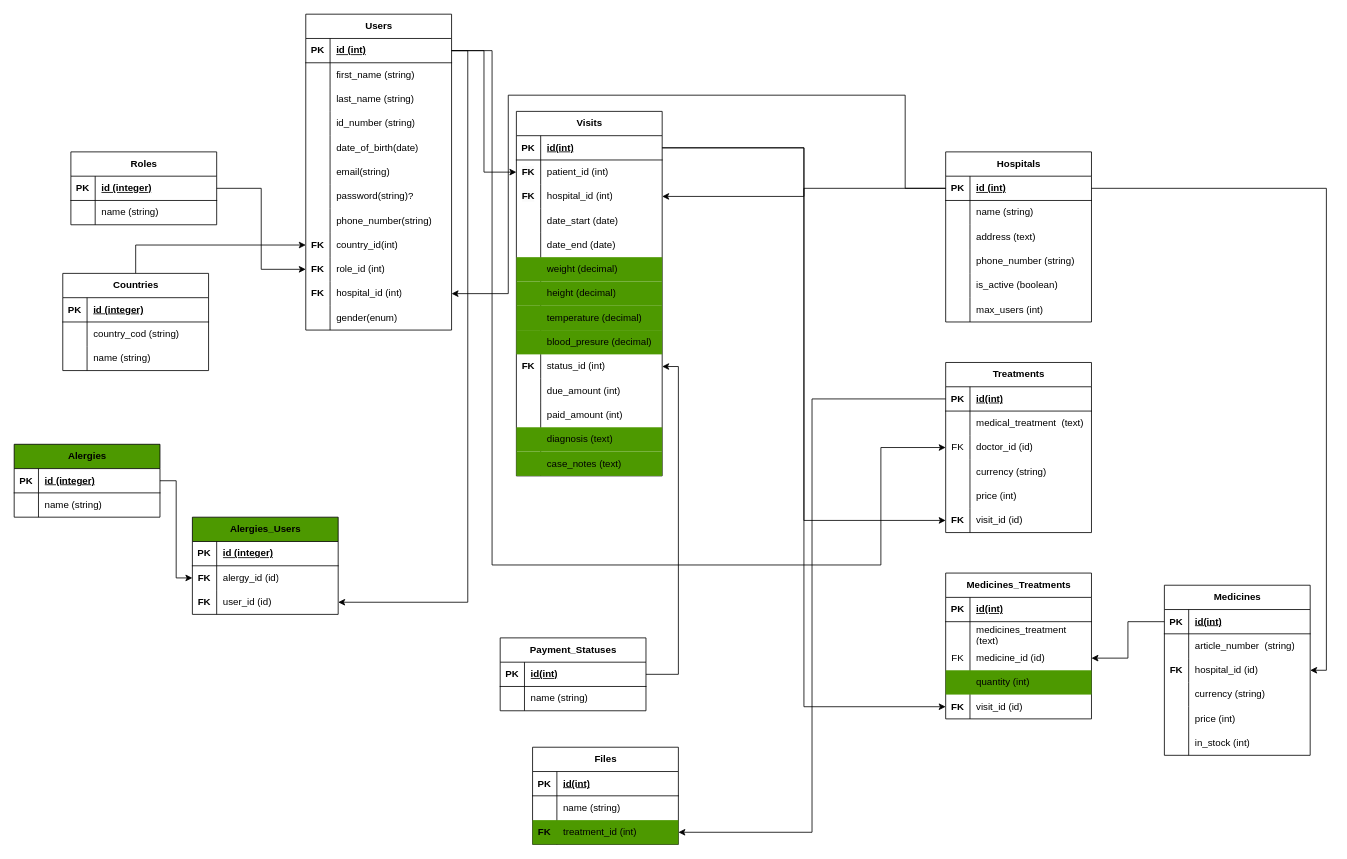
fao30/hospital-management-be keeps this draw.io diagram as Untitled Diagram.drawio. Above is the earlier version. Source tidied: cells renumbered, new cells numbered last; positions are measured from the earlier drawing's top-left corner, leaving out a move shared by most shapes. Both pictures are drawn from the tidied source at 81%, with x=0, y=0 at pixel (14, 14).
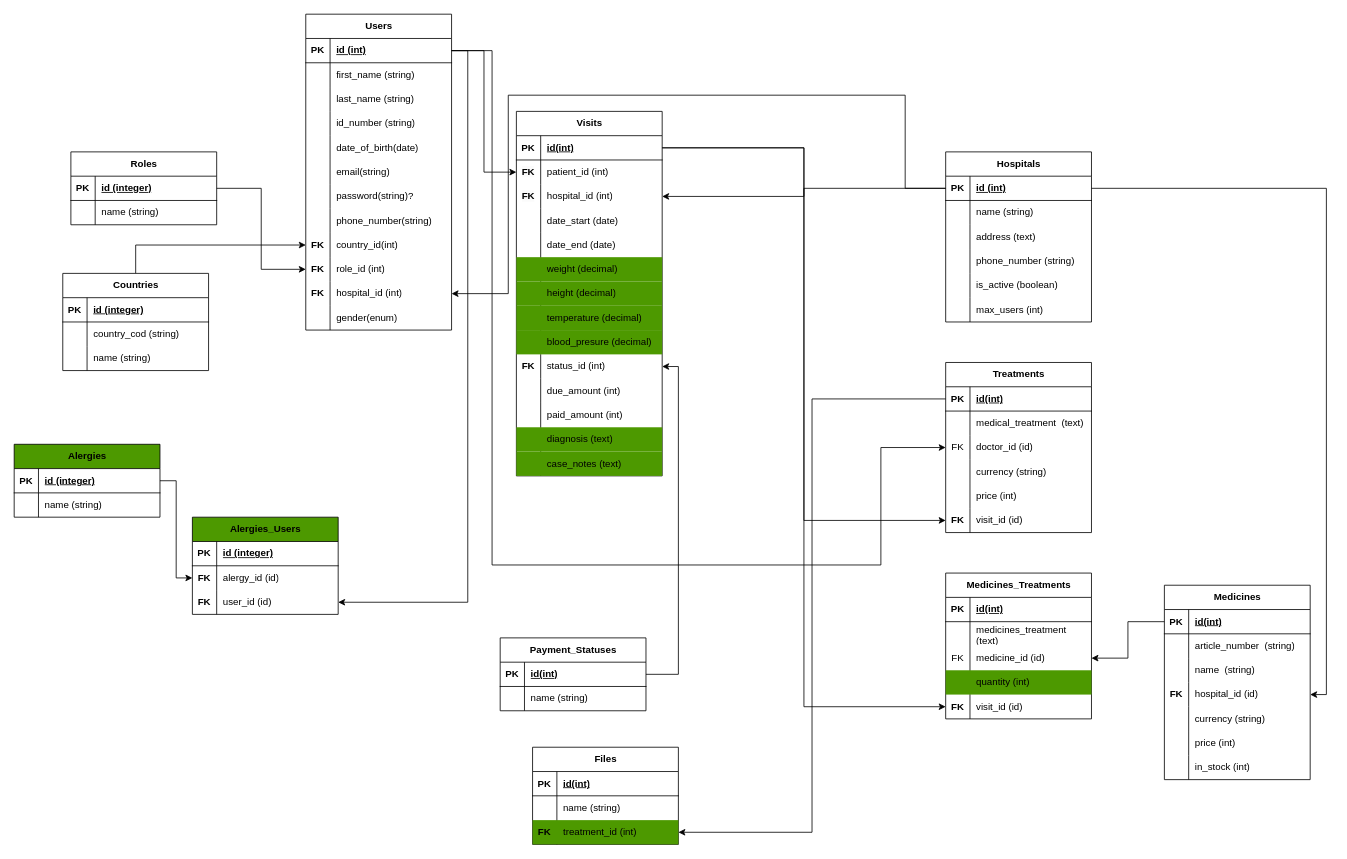
Above is the later version.

Diff of the diagram source:
```diff
@@
     <mxCell id="151" value="Medicines" style="shape=table;startSize=30;childLayout=tableLayout;rowLines=0;fontStyle=1;align=center;html=1;" parent="1" vertex="1">
-      <mxGeometry x="1420" y="705" width="180" height="210" as="geometry" />
+      <mxGeometry x="1420" y="705" width="180" height="240" as="geometry" />
     </mxCell>
@@
+    <mxCell id="220" style="shape=tableRow;horizontal=0;startSize=0;swimlaneHead=0;swimlaneBody=0;fillColor=none;top=0;left=0;right=0;bottom=0;" parent="151" vertex="1">
+      <mxGeometry y="90" width="180" height="30" as="geometry" />
+    </mxCell>
+    <mxCell id="221" style="shape=partialRectangle;fillColor=none;top=0;left=0;bottom=0;right=0;overflow=hidden;whiteSpace=wrap;html=1;" parent="220" vertex="1">
+      <mxGeometry width="30" height="30" as="geometry" />
+    </mxCell>
+    <mxCell id="222" value="name&amp;nbsp; (string)" style="shape=partialRectangle;fillColor=none;top=0;left=0;bottom=0;right=0;align=left;spacingLeft=6;overflow=hidden;whiteSpace=wrap;html=1;" parent="220" vertex="1">
+      <mxGeometry x="30" width="150" height="30" as="geometry" />
+    </mxCell>
     <mxCell id="158" style="shape=tableRow;horizontal=0;startSize=0;swimlaneHead=0;swimlaneBody=0;fillColor=none;points=[[0,0.5],[1,0.5]];portConstraint=eastwest;top=0;left=0;right=0;bottom=0;" parent="151" vertex="1">
-      <mxGeometry y="90" width="180" height="30" as="geometry" />
+      <mxGeometry y="120" width="180" height="30" as="geometry" />
     </mxCell>
@@
     <mxCell id="161" style="shape=tableRow;horizontal=0;startSize=0;swimlaneHead=0;swimlaneBody=0;fillColor=none;top=0;left=0;right=0;bottom=0;" parent="151" vertex="1">
-      <mxGeometry y="120" width="180" height="30" as="geometry" />
+      <mxGeometry y="150" width="180" height="30" as="geometry" />
     </mxCell>
@@
     <mxCell id="164" style="shape=tableRow;horizontal=0;startSize=0;swimlaneHead=0;swimlaneBody=0;fillColor=none;top=0;left=0;right=0;bottom=0;" parent="151" vertex="1">
-      <mxGeometry y="150" width="180" height="30" as="geometry" />
+      <mxGeometry y="180" width="180" height="30" as="geometry" />
     </mxCell>
@@
     <mxCell id="167" style="shape=tableRow;horizontal=0;startSize=0;swimlaneHead=0;swimlaneBody=0;fillColor=none;top=0;left=0;right=0;bottom=0;" parent="151" vertex="1">
-      <mxGeometry y="180" width="180" height="30" as="geometry" />
+      <mxGeometry y="210" width="180" height="30" as="geometry" />
     </mxCell>
```
